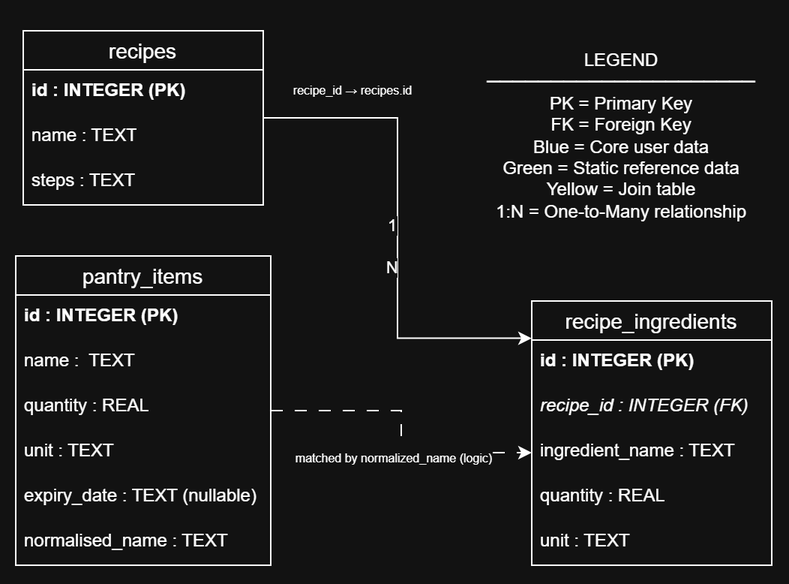
Before: docs/diagrams/SmartPantryManager_ER_Diagram.png, a diagram exported from draw.io (Yasthomas/SmartPantryManager). Source tidied: cells renumbered, new cells last; positions are measured from the earlier drawing's top-left corner, leaving out a move shared by most shapes.
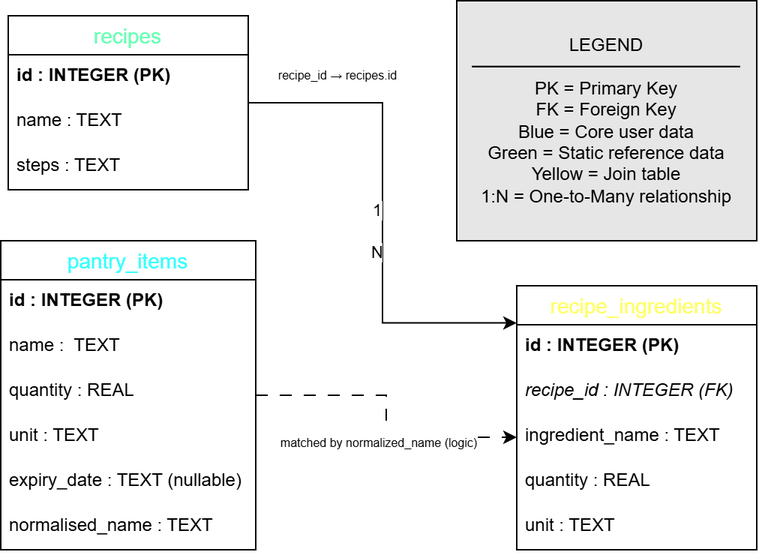
After the change.

Commit message:
Add screen flow diagram and navigation architecture notes

What changed in the source:
```diff
@@ -10,7 +10,7 @@
         <mxPoint x="-6" y="9" as="offset" />
       </mxGeometry>
     </mxCell>
-    <mxCell id="4" value="pantry_items" style="swimlane;fontStyle=0;horizontal=1;startSize=26;align=center;fontSize=14;#dae8fc;" parent="1" vertex="1">
+    <mxCell id="4" value="pantry_items" style="swimlane;fontStyle=0;horizontal=1;startSize=26;align=center;fontSize=14;fontColor=#33FFFF;" parent="1" vertex="1">
       <mxGeometry y="160" width="170" height="206" as="geometry" />
     </mxCell>
     <mxCell id="5" value="&lt;b&gt;id : INTEGER (PK)&lt;/b&gt;" style="text;strokeColor=none;fillColor=none;spacingLeft=4;spacingRight=4;overflow=hidden;fontSize=12;whiteSpace=wrap;html=1;" parent="4" vertex="1">
@@ -44,7 +44,7 @@
         <mxPoint x="-3" y="-5" as="offset" />
       </mxGeometry>
     </mxCell>
-    <mxCell id="14" value="recipes" style="swimlane;fontStyle=0;horizontal=1;startSize=26;align=center;fontSize=14;#d5e8d4;" parent="1" vertex="1">
+    <mxCell id="14" value="recipes" style="swimlane;fontStyle=0;horizontal=1;startSize=26;align=center;fontSize=14;fontColor=#66FFB3;" parent="1" vertex="1">
       <mxGeometry x="5" y="10" width="160" height="116" as="geometry" />
     </mxCell>
     <mxCell id="15" value="&lt;b&gt;id : INTEGER (PK)&lt;/b&gt;" style="text;strokeColor=none;fillColor=none;spacingLeft=4;spacingRight=4;overflow=hidden;fontSize=12;whiteSpace=wrap;html=1;" parent="14" vertex="1">
@@ -56,7 +56,7 @@
     <mxCell id="17" value="&lt;div&gt;steps : TEXT&lt;/div&gt;" style="text;strokeColor=none;fillColor=none;spacingLeft=4;spacingRight=4;overflow=hidden;fontSize=12;whiteSpace=wrap;html=1;" parent="14" vertex="1">
       <mxGeometry y="86" width="160" height="30" as="geometry" />
     </mxCell>
-    <mxCell id="18" value="recipe_ingredients" style="swimlane;fontStyle=0;horizontal=1;startSize=26;align=center;fontSize=14;#ffe6cc;" parent="1" vertex="1">
+    <mxCell id="18" value="recipe_ingredients" style="swimlane;fontStyle=0;horizontal=1;startSize=26;align=center;fontSize=14;fontColor=#FFFF66;" parent="1" vertex="1">
       <mxGeometry x="344" y="190" width="160" height="176" as="geometry" />
     </mxCell>
     <mxCell id="19" value="&lt;b&gt;id : INTEGER (PK)&lt;/b&gt;" style="text;strokeColor=none;fillColor=none;spacingLeft=4;spacingRight=4;overflow=hidden;fontSize=12;whiteSpace=wrap;html=1;" parent="18" vertex="1">
@@ -77,7 +77,7 @@
     <mxCell id="24" value="recipe_id → recipes.id" style="text;html=1;whiteSpace=wrap;strokeColor=none;fillColor=none;align=center;verticalAlign=middle;rounded=0;fontSize=8;" parent="1" vertex="1">
       <mxGeometry x="170" y="40" width="110" height="20" as="geometry" />
     </mxCell>
-    <mxCell id="25" value="&lt;div&gt;LEGEND&lt;/div&gt;&lt;div&gt;─────────────────────&lt;/div&gt;&lt;div&gt;PK = Primary Key&lt;/div&gt;&lt;div&gt;FK = Foreign Key&lt;/div&gt;&lt;div&gt;Blue = Core user data&lt;/div&gt;&lt;div&gt;Green = Static reference data&lt;/div&gt;&lt;div&gt;Yellow = Join table&lt;/div&gt;&lt;div&gt;1:N = One-to-Many relationship&lt;/div&gt;" style="text;html=1;whiteSpace=wrap;strokeColor=none;fillColor=none;align=center;verticalAlign=middle;rounded=0;#f5f5f5;" parent="1" vertex="1">
+    <mxCell id="25" value="&lt;div&gt;LEGEND&lt;/div&gt;&lt;div&gt;─────────────────────&lt;/div&gt;&lt;div&gt;PK = Primary Key&lt;/div&gt;&lt;div&gt;FK = Foreign Key&lt;/div&gt;&lt;div&gt;Blue = Core user data&lt;/div&gt;&lt;div&gt;Green = Static reference data&lt;/div&gt;&lt;div&gt;Yellow = Join table&lt;/div&gt;&lt;div&gt;1:N = One-to-Many relationship&lt;/div&gt;" style="text;html=1;whiteSpace=wrap;strokeColor=default;fillColor=#E6E6E6;align=center;verticalAlign=middle;rounded=0;#f5f5f5;perimeterSpacing=1;" parent="1" vertex="1">
       <mxGeometry x="304" width="200" height="160" as="geometry" />
     </mxCell>
   </root>
```
